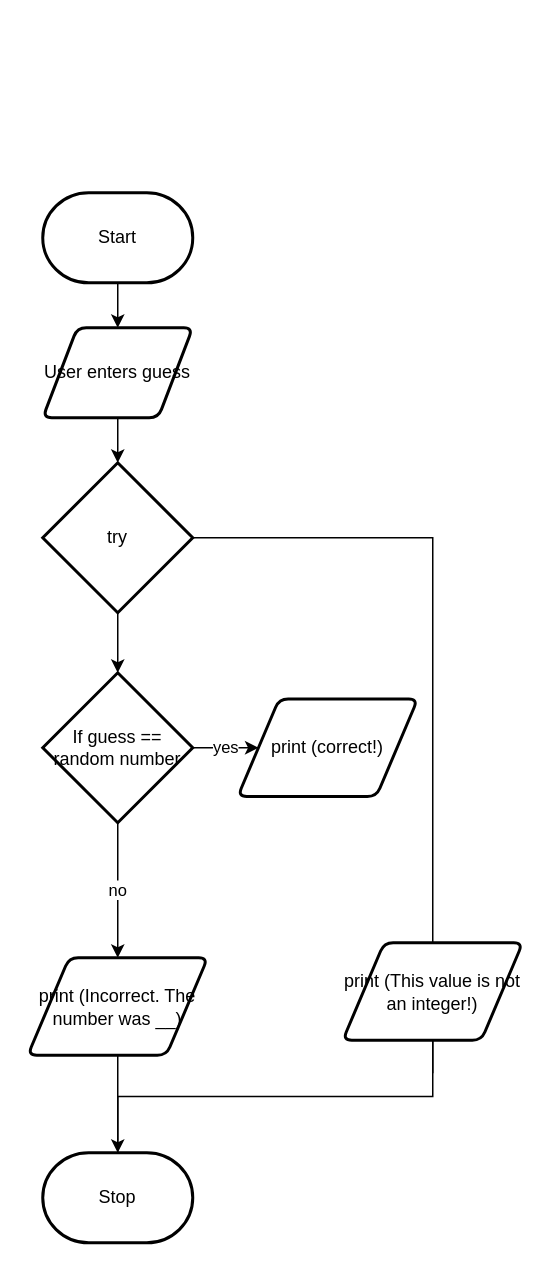
joannesanthosh/ICS3U-Unit3-06-Python keeps this draw.io diagram as flowchart.drawio. Above is the earlier version. Source tidied: cells renumbered, new cells numbered last; positions are measured from the earlier drawing's top-left corner, leaving out a move shared by most shapes. Both pictures are drawn from the tidied source at 150%, with x=0, y=0 at pixel (27, 192).
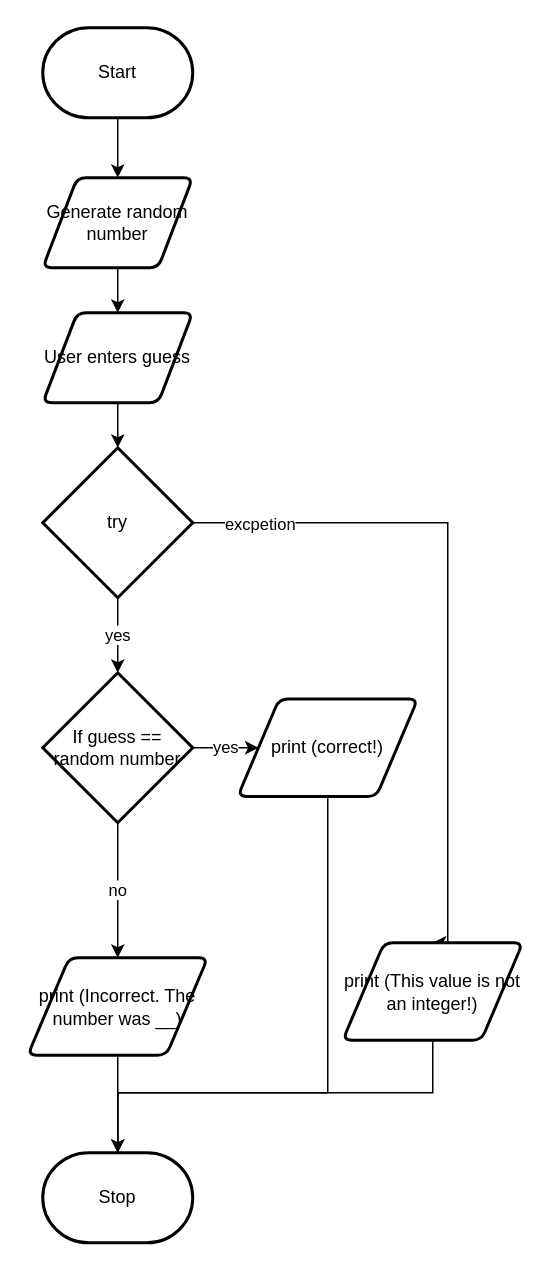
Above is the later version.

Unchanged cells that the change refers to:
```xml
<mxCell id="9" value="print (correct!)" style="shape=parallelogram;html=1;strokeWidth=2;perimeter=parallelogramPerimeter;whiteSpace=wrap;rounded=1;arcSize=12;size=0.23;" parent="1" vertex="1">
  <mxGeometry x="140" y="337.5" width="120" height="65" as="geometry" />
</mxCell>
<mxCell id="12" value="If guess == random number" style="strokeWidth=2;html=1;shape=mxgraph.flowchart.decision;whiteSpace=wrap;" parent="1" vertex="1">
  <mxGeometry x="10" y="320" width="100" height="100" as="geometry" />
</mxCell>
<mxCell id="16" value="print (This value is not an integer!)" style="shape=parallelogram;html=1;strokeWidth=2;perimeter=parallelogramPerimeter;whiteSpace=wrap;rounded=1;arcSize=12;size=0.23;" parent="1" vertex="1">
  <mxGeometry x="210" y="500" width="120" height="65" as="geometry" />
</mxCell>
<mxCell id="17" value="Stop" style="strokeWidth=2;html=1;shape=mxgraph.flowchart.terminator;whiteSpace=wrap;" parent="1" vertex="1">
  <mxGeometry x="10" y="640" width="100" height="60" as="geometry" />
</mxCell>
```

Diff of the diagram source:
```diff
@@
-    <mxCell id="2" style="edgeStyle=none;html=1;exitX=0.5;exitY=1;exitDx=0;exitDy=0;exitPerimeter=0;entryX=0.5;entryY=0;entryDx=0;entryDy=0;" parent="1" edge="1" source="3" target="5">
-      <mxGeometry relative="1" as="geometry" />
-    </mxCell>
+    <mxCell id="19" style="edgeStyle=none;html=1;exitX=0.5;exitY=1;exitDx=0;exitDy=0;exitPerimeter=0;entryX=0.5;entryY=0;entryDx=0;entryDy=0;" parent="1" edge="1" source="3" target="23">
+      <mxGeometry relative="1" as="geometry" />
+    </mxCell>
     <mxCell id="3" value="Start" style="strokeWidth=2;html=1;shape=mxgraph.flowchart.terminator;whiteSpace=wrap;" parent="1" vertex="1">
-      <mxGeometry x="10" width="100" height="60" as="geometry" />
+      <mxGeometry x="10" y="-110" width="100" height="60" as="geometry" />
     </mxCell>
@@
     <mxCell id="5" value="User enters guess" style="shape=parallelogram;html=1;strokeWidth=2;perimeter=parallelogramPerimeter;whiteSpace=wrap;rounded=1;arcSize=12;size=0.23;" parent="1" vertex="1">
-      <mxGeometry x="10" y="90" width="100" height="60" as="geometry" />
+      <mxGeometry x="10" y="80" width="100" height="60" as="geometry" />
     </mxCell>
-    <mxCell id="6" style="edgeStyle=none;html=1;exitX=0.5;exitY=1;exitDx=0;exitDy=0;exitPerimeter=0;entryX=0.5;entryY=0;entryDx=0;entryDy=0;entryPerimeter=0;" parent="1" edge="1" source="8" target="12">
+    <mxCell id="6" value="yes" style="edgeStyle=none;html=1;exitX=0.5;exitY=1;exitDx=0;exitDy=0;exitPerimeter=0;entryX=0.5;entryY=0;entryDx=0;entryDy=0;entryPerimeter=0;" parent="1" edge="1" source="8" target="12">
       <mxGeometry relative="1" as="geometry" />
     </mxCell>
     <mxCell id="7" style="edgeStyle=orthogonalEdgeStyle;html=1;exitX=1;exitY=0.5;exitDx=0;exitDy=0;exitPerimeter=0;entryX=0.5;entryY=0;entryDx=0;entryDy=0;rounded=0;" parent="1" edge="1" source="8" target="16">
       <mxGeometry relative="1" as="geometry">
         <Array as="points">
-          <mxPoint x="270" y="230" />
-          <mxPoint x="270" y="587" />
+          <mxPoint x="280" y="220" />
+          <mxPoint x="280" y="500" />
         </Array>
       </mxGeometry>
     </mxCell>
+    <mxCell id="20" value="excpetion" style="edgeLabel;html=1;align=center;verticalAlign=middle;" parent="7" vertex="1">
+      <mxGeometry x="-0.81" y="-4" relative="1" as="geometry">
+        <mxPoint y="-4" as="offset" />
+      </mxGeometry>
+    </mxCell>
     <mxCell id="8" value="try" style="strokeWidth=2;html=1;shape=mxgraph.flowchart.decision;whiteSpace=wrap;" parent="1" vertex="1">
-      <mxGeometry x="10" y="180" width="100" height="100" as="geometry" />
+      <mxGeometry x="10" y="170" width="100" height="100" as="geometry" />
     </mxCell>
+    <mxCell id="21" style="edgeStyle=orthogonalEdgeStyle;rounded=0;html=1;exitX=0.5;exitY=1;exitDx=0;exitDy=0;entryX=0.5;entryY=0;entryDx=0;entryDy=0;entryPerimeter=0;" parent="1" edge="1" source="9" target="17">
+      <mxGeometry relative="1" as="geometry">
+        <Array as="points">
+          <mxPoint x="200" y="600" />
+          <mxPoint x="60" y="600" />
+        </Array>
+      </mxGeometry>
+    </mxCell>
@@
     <mxCell id="18" style="edgeStyle=orthogonalEdgeStyle;rounded=0;html=1;exitX=0.5;exitY=1;exitDx=0;exitDy=0;endArrow=none;" parent="1" edge="1" source="16" target="17">
-      <mxGeometry relative="1" as="geometry" />
+      <mxGeometry relative="1" as="geometry">
+        <Array as="points">
+          <mxPoint x="270" y="600" />
+          <mxPoint x="60" y="600" />
+        </Array>
+      </mxGeometry>
     </mxCell>
+    <mxCell id="22" style="edgeStyle=none;html=1;exitX=0.5;exitY=1;exitDx=0;exitDy=0;entryX=0.5;entryY=0;entryDx=0;entryDy=0;" parent="1" edge="1" source="23" target="5">
+      <mxGeometry relative="1" as="geometry" />
+    </mxCell>
+    <mxCell id="23" value="Generate random number" style="shape=parallelogram;html=1;strokeWidth=2;perimeter=parallelogramPerimeter;whiteSpace=wrap;rounded=1;arcSize=12;size=0.23;" parent="1" vertex="1">
+      <mxGeometry x="10" y="-10" width="100" height="60" as="geometry" />
+    </mxCell>
```
